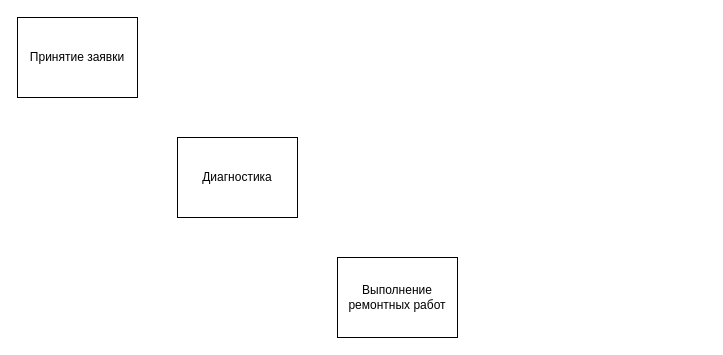
Before: Диаграмма без названия.drawio in plkkz/ppo-3k-lb, a draw.io diagram. Source tidied: cells renumbered, new cells numbered last; positions are measured from the earlier drawing's top-left corner, leaving out a move shared by most shapes. Both pictures are drawn from the tidied source at 100%, with x=0, y=0 at pixel (17, 17).
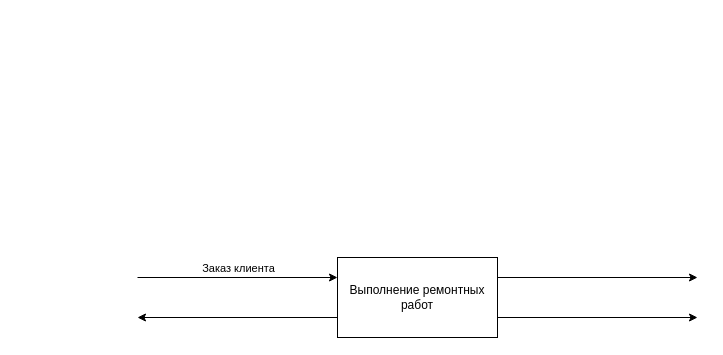
The same diagram, later.

Diff of the diagram source:
```diff
@@
 <mxGraphModel>
   <root>
     <mxCell id="0" />
     <mxCell id="1" parent="0" />
-    <mxCell id="2" value="Принятие заявки" style="rounded=0;whiteSpace=wrap;html=1;" parent="1" vertex="1">
-      <mxGeometry width="120" height="80" as="geometry" />
-    </mxCell>
-    <mxCell id="3" value="Диагностика" style="rounded=0;whiteSpace=wrap;html=1;" parent="1" vertex="1">
-      <mxGeometry x="160" y="120" width="120" height="80" as="geometry" />
-    </mxCell>
     <mxCell id="4" value="Выполнение ремонтных работ" style="rounded=0;whiteSpace=wrap;html=1;" parent="1" vertex="1">
-      <mxGeometry x="320" y="240" width="120" height="80" as="geometry" />
+      <mxGeometry x="320" y="240" width="160" height="80" as="geometry" />
     </mxCell>
+    <mxCell id="5" style="endArrow=classic;html=1;rounded=0;exitX=0;exitY=0.5;exitDx=0;exitDy=0;" parent="1" edge="1">
+      <mxGeometry relative="1" as="geometry">
+        <mxPoint x="320" y="300" as="sourcePoint" />
+        <mxPoint x="120" y="300" as="targetPoint" />
+      </mxGeometry>
+    </mxCell>
+    <mxCell id="6" style="endArrow=classic;html=1;rounded=0;exitX=0;exitY=0.5;exitDx=0;exitDy=0;" parent="1" edge="1">
+      <mxGeometry relative="1" as="geometry">
+        <mxPoint x="120" y="260" as="sourcePoint" />
+        <mxPoint x="320" y="260" as="targetPoint" />
+      </mxGeometry>
+    </mxCell>
+    <mxCell id="7" value="Заказ клиента" style="edgeLabel;html=1;align=center;verticalAlign=middle;" parent="6" vertex="1">
+      <mxGeometry x="0.1" y="4" relative="1" as="geometry">
+        <mxPoint x="-10" y="-6" as="offset" />
+      </mxGeometry>
+    </mxCell>
+    <mxCell id="8" style="endArrow=classic;html=1;rounded=0;exitX=0;exitY=0.5;exitDx=0;exitDy=0;" parent="1" edge="1">
+      <mxGeometry relative="1" as="geometry">
+        <mxPoint x="480" y="260" as="sourcePoint" />
+        <mxPoint x="680" y="260" as="targetPoint" />
+      </mxGeometry>
+    </mxCell>
+    <mxCell id="9" style="endArrow=classic;html=1;rounded=0;exitX=0;exitY=0.5;exitDx=0;exitDy=0;" parent="1" edge="1">
+      <mxGeometry relative="1" as="geometry">
+        <mxPoint x="480" y="300" as="sourcePoint" />
+        <mxPoint x="680" y="300" as="targetPoint" />
+      </mxGeometry>
+    </mxCell>
   </root>
 </mxGraphModel>
```
